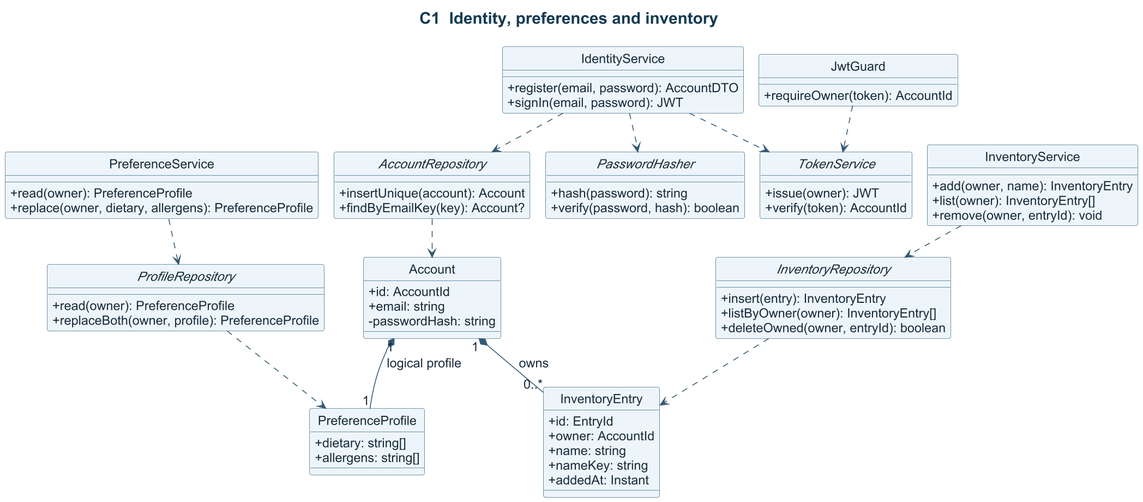
Above: docs/design/class/identity-inventory.png in SarpCizer/CMPE331-Project (PlantUML), before the change. The source it was exported from:
```plantuml
@startuml
title C1  Identity, preferences and inventory
skinparam backgroundColor #FFFFFF
skinparam defaultFontName Arial
skinparam defaultFontColor #172A3A
skinparam defaultFontSize 15
skinparam ArrowColor #345A72
skinparam Shadowing false
skinparam dpi 150
skinparam TitleFontColor #123A52
skinparam TitleFontSize 19
skinparam ClassBackgroundColor #EDF5FA
skinparam ClassBorderColor #456F89
skinparam ComponentBackgroundColor #EDF5FA
skinparam ComponentBorderColor #456F89
skinparam PackageBorderColor #456F89
skinparam ParticipantBackgroundColor #E6F4F0
skinparam ParticipantBorderColor #417364
skinparam SequenceGroupBackgroundColor #EDF5FA
skinparam SequenceGroupBorderColor #617C8D
!pragma layout smetana
hide circle
skinparam classAttributeIconSize 0
class Account {
  +id: AccountId
  +email: string
  -passwordHash: string
}
class PreferenceProfile {
  +dietary: string[]
  +allergens: string[]
}
class InventoryEntry {
  +id: EntryId
  +owner: AccountId
  +name: string
  +nameKey: string
  +addedAt: Instant
}
class IdentityService {
  +register(email, password): AccountDTO
  +signIn(email, password): JWT
}
class JwtGuard {
  +requireOwner(token): AccountId
}
class PreferenceService {
  +read(owner): PreferenceProfile
  +replace(owner, dietary, allergens): PreferenceProfile
}
class InventoryService {
  +add(owner, name): InventoryEntry
  +list(owner): InventoryEntry[]
  +remove(owner, entryId): void
}
interface AccountRepository {
  +insertUnique(account): Account
  +findByEmailKey(key): Account?
}
interface ProfileRepository {
  +read(owner): PreferenceProfile
  +replaceBoth(owner, profile): PreferenceProfile
}
interface InventoryRepository {
  +insert(entry): InventoryEntry
  +listByOwner(owner): InventoryEntry[]
  +deleteOwned(owner, entryId): boolean
}
interface PasswordHasher {
  +hash(password): string
  +verify(password, hash): boolean
}
interface TokenService {
  +issue(owner): JWT
  +verify(token): AccountId
}
Account "1" *-- "1" PreferenceProfile : logical profile
Account "1" *-- "0..*" InventoryEntry : owns
IdentityService ..> AccountRepository
IdentityService ..> PasswordHasher
IdentityService ..> TokenService
JwtGuard ..> TokenService
PreferenceService ..> ProfileRepository
InventoryService ..> InventoryRepository
AccountRepository ..> Account
ProfileRepository ..> PreferenceProfile
InventoryRepository ..> InventoryEntry
@enduml
```
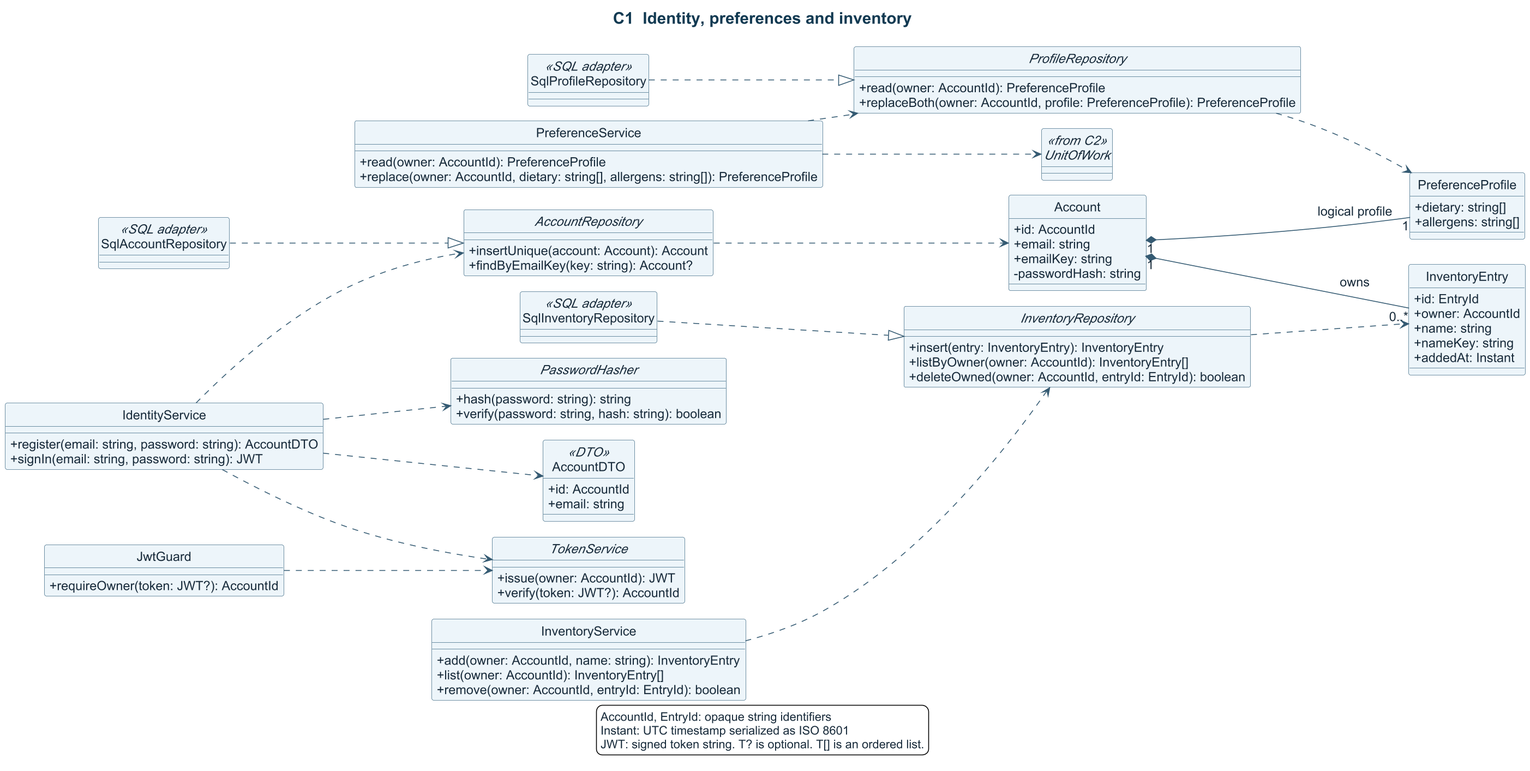
Later version of the same file.

Commit message:
docs: align class contracts and SQL adapters

Change to the diagram source:
```diff
@@ -19,11 +19,14 @@
 skinparam SequenceGroupBackgroundColor #EDF5FA
 skinparam SequenceGroupBorderColor #617C8D
 !pragma layout smetana
+left to right direction
 hide circle
 skinparam classAttributeIconSize 0
+skinparam nodesep 30
 class Account {
   +id: AccountId
   +email: string
+  +emailKey: string
   -passwordHash: string
 }
 class PreferenceProfile {
@@ -37,52 +40,71 @@
   +nameKey: string
   +addedAt: Instant
 }
+class AccountDTO <<DTO>> {
+  +id: AccountId
+  +email: string
+}
 class IdentityService {
-  +register(email, password): AccountDTO
-  +signIn(email, password): JWT
+  +register(email: string, password: string): AccountDTO
+  +signIn(email: string, password: string): JWT
 }
 class JwtGuard {
-  +requireOwner(token): AccountId
+  +requireOwner(token: JWT?): AccountId
 }
 class PreferenceService {
-  +read(owner): PreferenceProfile
-  +replace(owner, dietary, allergens): PreferenceProfile
+  +read(owner: AccountId): PreferenceProfile
+  +replace(owner: AccountId, dietary: string[], allergens: string[]): PreferenceProfile
 }
 class InventoryService {
-  +add(owner, name): InventoryEntry
-  +list(owner): InventoryEntry[]
-  +remove(owner, entryId): void
+  +add(owner: AccountId, name: string): InventoryEntry
+  +list(owner: AccountId): InventoryEntry[]
+  +remove(owner: AccountId, entryId: EntryId): boolean
 }
 interface AccountRepository {
-  +insertUnique(account): Account
-  +findByEmailKey(key): Account?
+  +insertUnique(account: Account): Account
+  +findByEmailKey(key: string): Account?
 }
 interface ProfileRepository {
-  +read(owner): PreferenceProfile
-  +replaceBoth(owner, profile): PreferenceProfile
+  +read(owner: AccountId): PreferenceProfile
+  +replaceBoth(owner: AccountId, profile: PreferenceProfile): PreferenceProfile
 }
 interface InventoryRepository {
-  +insert(entry): InventoryEntry
-  +listByOwner(owner): InventoryEntry[]
-  +deleteOwned(owner, entryId): boolean
+  +insert(entry: InventoryEntry): InventoryEntry
+  +listByOwner(owner: AccountId): InventoryEntry[]
+  +deleteOwned(owner: AccountId, entryId: EntryId): boolean
 }
 interface PasswordHasher {
-  +hash(password): string
-  +verify(password, hash): boolean
+  +hash(password: string): string
+  +verify(password: string, hash: string): boolean
 }
 interface TokenService {
-  +issue(owner): JWT
-  +verify(token): AccountId
+  +issue(owner: AccountId): JWT
+  +verify(token: JWT?): AccountId
 }
+interface UnitOfWork <<from C2>>
+class SqlAccountRepository <<SQL adapter>>
+class SqlProfileRepository <<SQL adapter>>
+class SqlInventoryRepository <<SQL adapter>>
+SqlAccountRepository ..|> AccountRepository
+SqlProfileRepository ..|> ProfileRepository
+SqlInventoryRepository ..|> InventoryRepository
 Account "1" *-- "1" PreferenceProfile : logical profile
 Account "1" *-- "0..*" InventoryEntry : owns
 IdentityService ..> AccountRepository
 IdentityService ..> PasswordHasher
 IdentityService ..> TokenService
+IdentityService ..> AccountDTO
 JwtGuard ..> TokenService
 PreferenceService ..> ProfileRepository
+PreferenceService ..> UnitOfWork
 InventoryService ..> InventoryRepository
 AccountRepository ..> Account
 ProfileRepository ..> PreferenceProfile
 InventoryRepository ..> InventoryEntry
+
+legend bottom
+  AccountId, EntryId: opaque string identifiers
+  Instant: UTC timestamp serialized as ISO 8601
+  JWT: signed token string. T? is optional. T[] is an ordered list.
+endlegend
 @enduml
```
